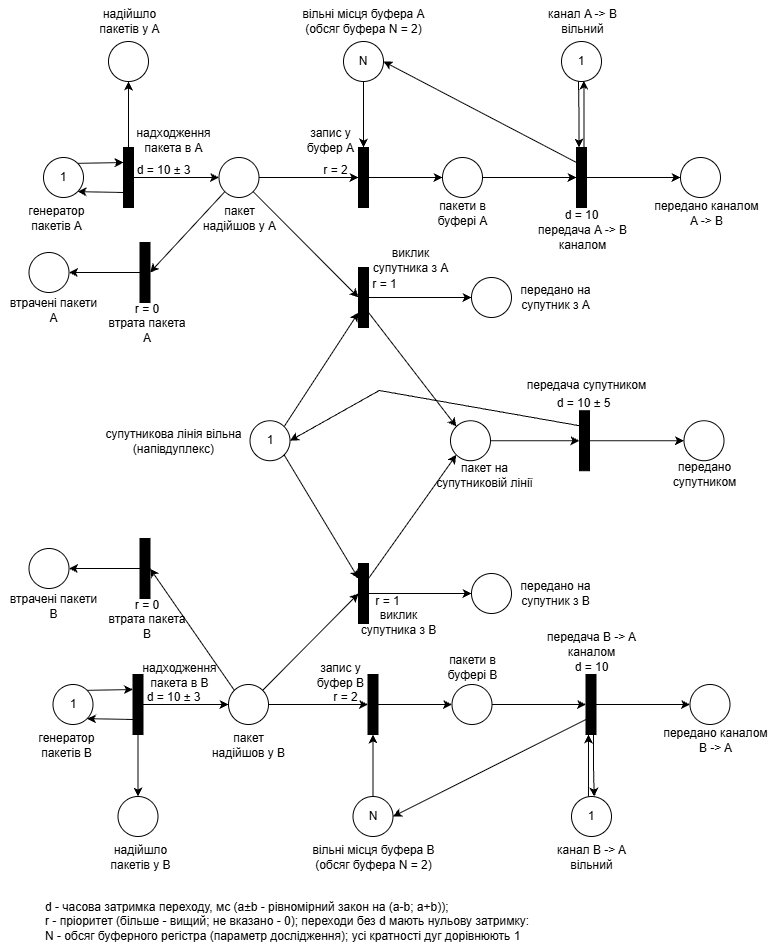
Before: diagrams/petri_net.png, a diagram exported from draw.io (layd64/coursework-petri-d3). Source tidied: cells renumbered, new cells last; positions are measured from the earlier drawing's top-left corner, leaving out a move shared by most shapes.
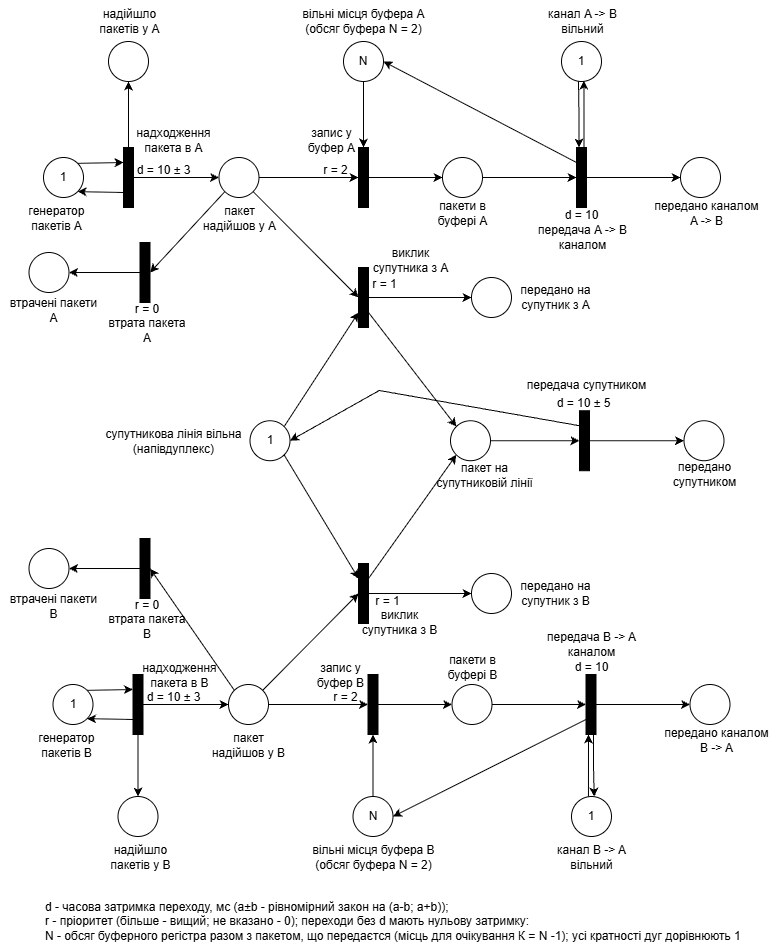
After the commit.

Commit message:
Логнормальний закон для інтервалів між викликами, шкала місць очікування K на графіку буфера, оновлений допис на схемі мережі Петрі

Change to the diagram source:
```diff
@@ -342,8 +342,8 @@
         </Array>
       </mxGeometry>
     </mxCell>
-    <mxCell id="114" value="d - часова затримка переходу, мс (a±b - рівномірний закон на (a-b; a+b));&lt;br&gt;r - пріоритет (більше - вищий; не вказано - 0); переходи без d мають нульову затримку:&lt;br&gt;N - обсяг буферного регістра (параметр дослідження); усі кратності дуг дорівнюють 1" style="text;html=1;align=left;verticalAlign=middle;strokeColor=none;fillColor=none;" parent="1" vertex="1">
-      <mxGeometry x="43" y="893" width="502" height="55" as="geometry" />
+    <mxCell id="114" value="d - часова затримка переходу, мс (a±b - рівномірний закон на (a-b; a+b));&lt;br&gt;r - пріоритет (більше - вищий; не вказано - 0); переходи без d мають нульову затримку:&lt;br&gt;N - обсяг буферного регістра разом з пакетом, що передаєтся (місць для очікування К = N -1); усі кратності дуг дорівнюють 1" style="text;html=1;align=left;verticalAlign=middle;strokeColor=none;fillColor=none;" parent="1" vertex="1">
+      <mxGeometry x="43" y="893" width="714" height="55" as="geometry" />
     </mxCell>
   </root>
 </mxGraphModel>
```
